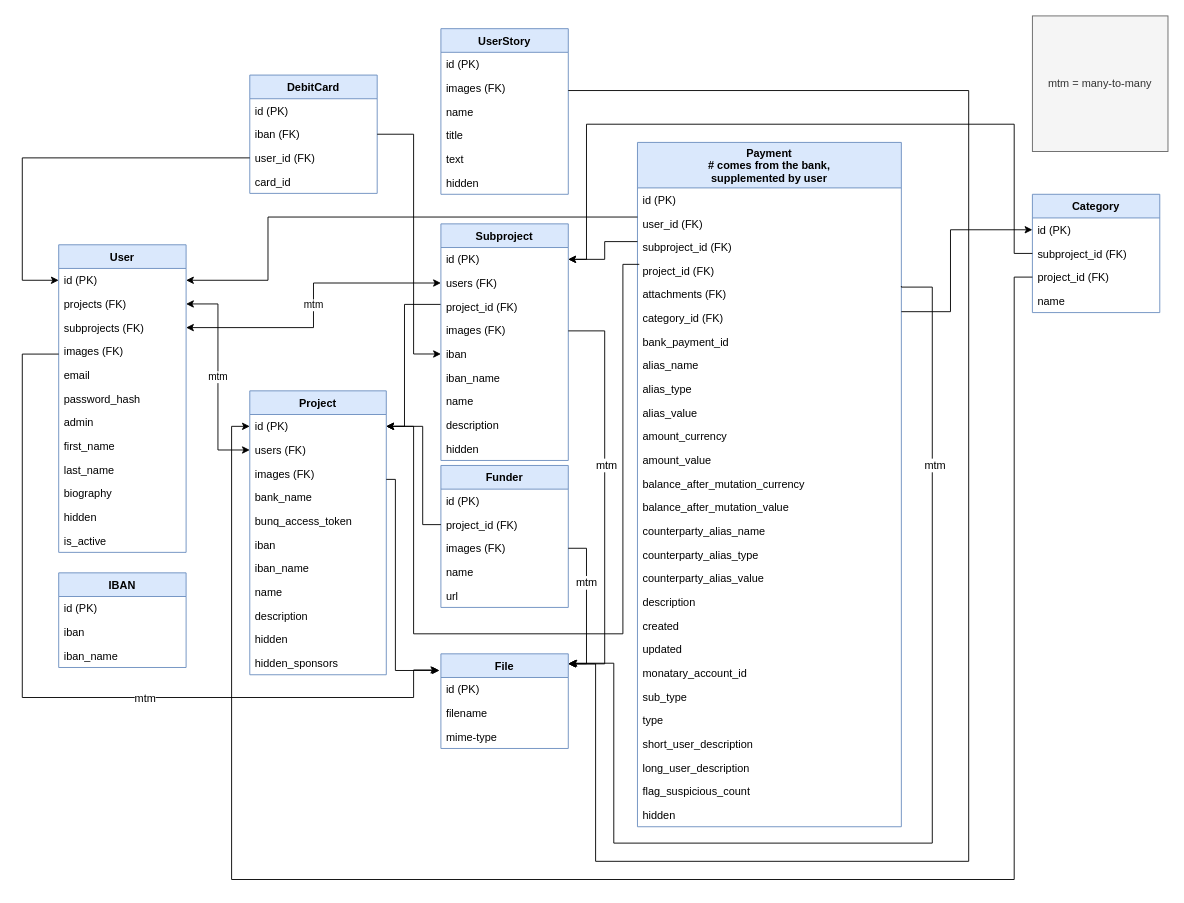
openstate/open-poen keeps this draw.io diagram as open_poen_database_schema.drawio. Above is the earlier version. Source tidied: cells renumbered, new cells numbered last; positions are measured from the earlier drawing's top-left corner, leaving out a move shared by most shapes. Both pictures are drawn from the tidied source at 91%, with x=0, y=0 at pixel (22, 15).
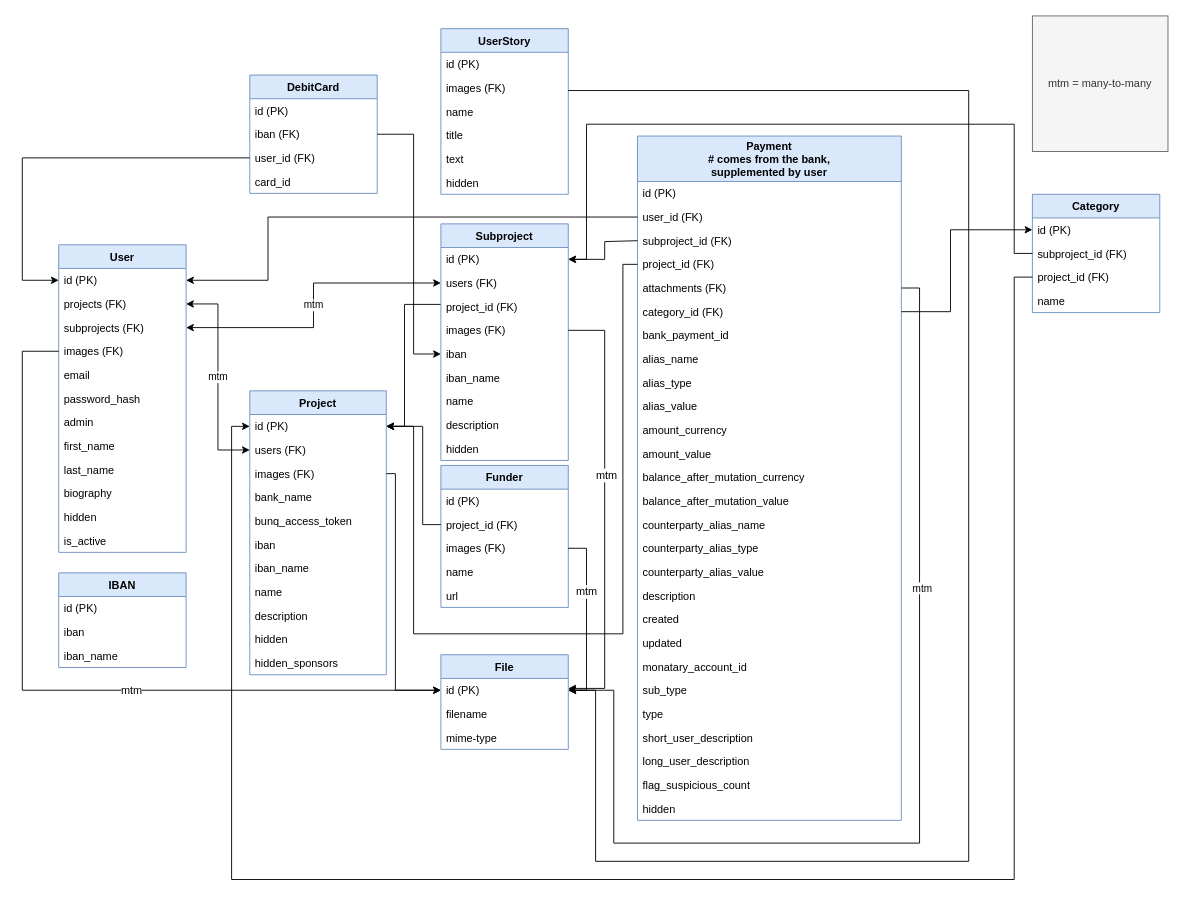
Above is the later version.

Commit message:
Improve formatting of db schema even more

The change refers to these unchanged cells:
```xml
<mxCell id="4" value="user_id (FK)" style="text;strokeColor=none;fillColor=none;align=left;verticalAlign=top;spacingLeft=4;spacingRight=4;overflow=hidden;points=[[0,0.5],[1,0.5]];portConstraint=eastwest;" parent="2" vertex="1">
  <mxGeometry y="76" width="290" height="26" as="geometry" />
</mxCell>
<mxCell id="5" value="subproject_id (FK)&#10;" style="text;strokeColor=none;fillColor=none;align=left;verticalAlign=top;spacingLeft=4;spacingRight=4;overflow=hidden;points=[[0,0.5],[1,0.5]];portConstraint=eastwest;" parent="2" vertex="1">
  <mxGeometry y="102" width="290" height="26" as="geometry" />
</mxCell>
<mxCell id="6" value="project_id (FK)&#10;" style="text;strokeColor=none;fillColor=none;align=left;verticalAlign=top;spacingLeft=4;spacingRight=4;overflow=hidden;points=[[0,0.5],[1,0.5]];portConstraint=eastwest;" parent="2" vertex="1">
  <mxGeometry y="128" width="290" height="26" as="geometry" />
</mxCell>
<mxCell id="7" value="attachments (FK)" style="text;strokeColor=none;fillColor=none;align=left;verticalAlign=top;spacingLeft=4;spacingRight=4;overflow=hidden;points=[[0,0.5],[1,0.5]];portConstraint=eastwest;" parent="2" vertex="1">
  <mxGeometry y="154" width="290" height="26" as="geometry" />
</mxCell>
<mxCell id="31" value="id (PK)&#10;" style="text;strokeColor=none;fillColor=none;align=left;verticalAlign=top;spacingLeft=4;spacingRight=4;overflow=hidden;points=[[0,0.5],[1,0.5]];portConstraint=eastwest;" parent="30" vertex="1">
  <mxGeometry y="26" width="140" height="26" as="geometry" />
</mxCell>
<mxCell id="34" value="images (FK)" style="text;strokeColor=none;fillColor=none;align=left;verticalAlign=top;spacingLeft=4;spacingRight=4;overflow=hidden;points=[[0,0.5],[1,0.5]];portConstraint=eastwest;" parent="30" vertex="1">
  <mxGeometry y="104" width="140" height="26" as="geometry" />
</mxCell>
<mxCell id="45" value="id (PK)" style="text;strokeColor=none;fillColor=none;align=left;verticalAlign=top;spacingLeft=4;spacingRight=4;overflow=hidden;points=[[0,0.5],[1,0.5]];portConstraint=eastwest;" parent="44" vertex="1">
  <mxGeometry y="26" width="150" height="26" as="geometry" />
</mxCell>
<mxCell id="47" value="images (FK)" style="text;strokeColor=none;fillColor=none;align=left;verticalAlign=top;spacingLeft=4;spacingRight=4;overflow=hidden;points=[[0,0.5],[1,0.5]];portConstraint=eastwest;" parent="44" vertex="1">
  <mxGeometry y="78" width="150" height="26" as="geometry" />
</mxCell>
<mxCell id="58" value="id (PK)" style="text;strokeColor=none;fillColor=none;align=left;verticalAlign=top;spacingLeft=4;spacingRight=4;overflow=hidden;points=[[0,0.5],[1,0.5]];portConstraint=eastwest;" parent="57" vertex="1">
  <mxGeometry y="26" width="140" height="26" as="geometry" />
</mxCell>
<mxCell id="61" value="images (FK)" style="text;strokeColor=none;fillColor=none;align=left;verticalAlign=top;spacingLeft=4;spacingRight=4;overflow=hidden;points=[[0,0.5],[1,0.5]];portConstraint=eastwest;" parent="57" vertex="1">
  <mxGeometry y="104" width="140" height="26" as="geometry" />
</mxCell>
<mxCell id="70" value="images (FK)" style="text;strokeColor=none;fillColor=none;align=left;verticalAlign=top;spacingLeft=4;spacingRight=4;overflow=hidden;points=[[0,0.5],[1,0.5]];portConstraint=eastwest;" parent="68" vertex="1">
  <mxGeometry y="52" width="140" height="26" as="geometry" />
</mxCell>
<mxCell id="86" value="images (FK)" style="text;strokeColor=none;fillColor=none;align=left;verticalAlign=top;spacingLeft=4;spacingRight=4;overflow=hidden;points=[[0,0.5],[1,0.5]];portConstraint=eastwest;" parent="83" vertex="1">
  <mxGeometry y="78" width="140" height="26" as="geometry" />
</mxCell>
<mxCell id="96" value="id (PK)" style="text;strokeColor=none;fillColor=none;align=left;verticalAlign=top;spacingLeft=4;spacingRight=4;overflow=hidden;points=[[0,0.5],[1,0.5]];portConstraint=eastwest;" parent="95" vertex="1">
  <mxGeometry y="26" width="140" height="26" as="geometry" />
</mxCell>
```

What changed in the source:
```diff
@@
     <mxCell id="2" value="Payment&#10;# comes from the bank,&#10;supplemented by user" style="swimlane;fontStyle=1;horizontal=1;startSize=50;fillColor=#dae8fc;strokeColor=#6c8ebf;" parent="1" vertex="1">
-      <mxGeometry x="676" y="139" width="290" height="752" as="geometry" />
+      <mxGeometry x="676" y="132" width="290" height="752" as="geometry" />
     </mxCell>
@@
-    <mxCell id="67" style="edgeStyle=orthogonalEdgeStyle;rounded=0;jettySize=auto;html=1;entryX=1;entryY=0.5;entryDx=0;entryDy=0;" parent="1" edge="1" source="5" target="58">
+    <mxCell id="67" style="edgeStyle=orthogonalEdgeStyle;rounded=0;jettySize=auto;html=1;entryX=1;entryY=0.5;entryDx=0;entryDy=0;exitX=0;exitY=0.5;exitDx=0;exitDy=0;" parent="1" edge="1" source="5" target="58">
       <mxGeometry relative="1" as="geometry">
         <Array as="points">
+          <mxPoint x="676" y="248" />
           <mxPoint x="640" y="248" />
           <mxPoint x="640" y="268" />
         </Array>
       </mxGeometry>
     </mxCell>
@@
-    <mxCell id="82" style="edgeStyle=orthogonalEdgeStyle;rounded=0;jettySize=auto;html=1;entryX=1;entryY=0.5;entryDx=0;entryDy=0;" parent="1" edge="1" source="4" target="31">
+    <mxCell id="82" style="edgeStyle=orthogonalEdgeStyle;rounded=0;jettySize=auto;html=1;entryX=1;entryY=0.5;entryDx=0;entryDy=0;exitX=0;exitY=0.5;exitDx=0;exitDy=0;" parent="1" edge="1" source="4" target="31">
       <mxGeometry relative="1" as="geometry">
         <Array as="points">
           <mxPoint x="270" y="221" />
-          <mxPoint x="270" y="290" />
+          <mxPoint x="270" y="291" />
         </Array>
       </mxGeometry>
     </mxCell>
@@
-    <mxCell id="89" style="edgeStyle=orthogonalEdgeStyle;rounded=0;jettySize=auto;html=1;entryX=1;entryY=0.5;entryDx=0;entryDy=0;" parent="1" edge="1" target="45">
+    <mxCell id="89" style="edgeStyle=orthogonalEdgeStyle;rounded=0;jettySize=auto;html=1;entryX=1;entryY=0.5;entryDx=0;entryDy=0;exitX=0;exitY=0.5;exitDx=0;exitDy=0;" parent="1" edge="1" source="6" target="45">
       <mxGeometry relative="1" as="geometry">
-        <mxPoint x="678" y="273" as="sourcePoint" />
         <Array as="points">
           <mxPoint x="660" y="273" />
           <mxPoint x="660" y="679" />
           <mxPoint x="430" y="679" />
           <mxPoint x="430" y="451" />
         </Array>
       </mxGeometry>
     </mxCell>
@@
     <mxCell id="95" value="File" style="swimlane;fontStyle=1;horizontal=1;startSize=26;fillColor=#dae8fc;strokeColor=#6c8ebf;" parent="1" vertex="1">
-      <mxGeometry x="460" y="701" width="140" height="104" as="geometry" />
+      <mxGeometry x="460" y="702" width="140" height="104" as="geometry" />
     </mxCell>
@@
-    <mxCell id="99" style="edgeStyle=orthogonalEdgeStyle;rounded=0;orthogonalLoop=1;jettySize=auto;html=1;entryX=-0.02;entryY=0.132;entryDx=0;entryDy=0;entryPerimeter=0;" parent="1" edge="1">
+    <mxCell id="99" style="edgeStyle=orthogonalEdgeStyle;rounded=0;jettySize=auto;html=1;entryX=0;entryY=0.5;entryDx=0;entryDy=0;exitX=0;exitY=0.5;exitDx=0;exitDy=0;" parent="1" edge="1" source="34" target="96">
       <mxGeometry relative="1" as="geometry">
-        <mxPoint x="40" y="371.6" as="sourcePoint" />
-        <mxPoint x="457.1" y="718.7" as="targetPoint" />
         <Array as="points">
-          <mxPoint y="372" />
-          <mxPoint y="749" />
-          <mxPoint x="430" y="749" />
-          <mxPoint x="430" y="719" />
+          <mxPoint y="369" />
+          <mxPoint y="741" />
         </Array>
       </mxGeometry>
     </mxCell>
@@
-    <mxCell id="101" style="edgeStyle=orthogonalEdgeStyle;rounded=0;orthogonalLoop=1;jettySize=auto;html=1;exitX=1;exitY=0.5;exitDx=0;exitDy=0;" parent="1" edge="1">
+    <mxCell id="101" style="edgeStyle=orthogonalEdgeStyle;rounded=0;jettySize=auto;html=1;exitX=1;exitY=0.5;exitDx=0;exitDy=0;" parent="1" edge="1" source="61" target="96">
       <mxGeometry relative="1" as="geometry">
-        <mxPoint x="600" y="346.1" as="sourcePoint" />
-        <mxPoint x="600" y="712" as="targetPoint" />
         <Array as="points">
           <mxPoint x="640" y="346" />
-          <mxPoint x="640" y="712" />
+          <mxPoint x="640" y="739" />
         </Array>
       </mxGeometry>
     </mxCell>
@@
-    <mxCell id="103" style="edgeStyle=orthogonalEdgeStyle;rounded=0;orthogonalLoop=1;jettySize=auto;html=1;entryX=1.01;entryY=0.118;entryDx=0;entryDy=0;entryPerimeter=0;" parent="1" edge="1">
-      <mxGeometry relative="1" as="geometry">
-        <mxPoint x="966" y="297" as="sourcePoint" />
-        <mxPoint x="601.4" y="711.3" as="targetPoint" />
-        <Array as="points">
-          <mxPoint x="1000" y="298" />
-          <mxPoint x="1000" y="909" />
-          <mxPoint x="650" y="909" />
-          <mxPoint x="650" y="711" />
-        </Array>
-      </mxGeometry>
-    </mxCell>
-    <mxCell id="104" value="mtm" style="text;html=1;align=center;verticalAlign=middle;labelBackgroundColor=#ffffff;" parent="103" vertex="1">
-      <mxGeometry x="-0.63" y="2" relative="1" as="geometry" />
-    </mxCell>
@@
-    <mxCell id="107" style="edgeStyle=orthogonalEdgeStyle;rounded=0;orthogonalLoop=1;jettySize=auto;html=1;entryX=-0.01;entryY=0.118;entryDx=0;entryDy=0;entryPerimeter=0;startArrow=none;startFill=0;" parent="1" edge="1">
+    <mxCell id="107" style="edgeStyle=orthogonalEdgeStyle;rounded=0;jettySize=auto;html=1;entryX=0;entryY=0.5;entryDx=0;entryDy=0;startArrow=none;startFill=0;exitX=1;exitY=0.5;exitDx=0;exitDy=0;" parent="1" edge="1" source="47" target="96">
       <mxGeometry relative="1" as="geometry">
-        <mxPoint x="400" y="509.3" as="sourcePoint" />
-        <mxPoint x="458.6" y="719.3" as="targetPoint" />
         <Array as="points">
-          <mxPoint x="410" y="509" />
-          <mxPoint x="410" y="719" />
+          <mxPoint x="410" y="503" />
+          <mxPoint x="410" y="741" />
         </Array>
       </mxGeometry>
     </mxCell>
-    <mxCell id="108" style="edgeStyle=orthogonalEdgeStyle;rounded=0;jettySize=auto;html=1;entryX=1;entryY=0.104;entryDx=0;entryDy=0;entryPerimeter=0;startArrow=none;startFill=0;" parent="1" edge="1" source="86" target="95">
+    <mxCell id="108" style="edgeStyle=orthogonalEdgeStyle;rounded=0;jettySize=auto;html=1;entryX=1;entryY=0.5;entryDx=0;entryDy=0;startArrow=none;startFill=0;exitX=1;exitY=0.5;exitDx=0;exitDy=0;" parent="1" edge="1" source="86" target="96">
       <mxGeometry relative="1" as="geometry">
         <Array as="points">
           <mxPoint x="620" y="585" />
-          <mxPoint x="620" y="712" />
+          <mxPoint x="620" y="741" />
         </Array>
       </mxGeometry>
     </mxCell>
@@
-    <mxCell id="110" style="edgeStyle=orthogonalEdgeStyle;rounded=0;orthogonalLoop=1;jettySize=auto;html=1;startArrow=none;startFill=0;" parent="1" edge="1">
+    <mxCell id="110" style="edgeStyle=orthogonalEdgeStyle;rounded=0;jettySize=auto;html=1;startArrow=none;startFill=0;entryX=1;entryY=0.5;entryDx=0;entryDy=0;" parent="1" edge="1" source="70" target="96">
       <mxGeometry relative="1" as="geometry">
-        <mxPoint x="600" y="82" as="sourcePoint" />
-        <mxPoint x="600" y="712" as="targetPoint" />
         <Array as="points">
           <mxPoint x="1040" y="82" />
           <mxPoint x="1040" y="929" />
           <mxPoint x="630" y="929" />
-          <mxPoint x="630" y="712" />
+          <mxPoint x="630" y="741" />
         </Array>
       </mxGeometry>
     </mxCell>
@@
+    <mxCell id="119" style="edgeStyle=orthogonalEdgeStyle;rounded=0;jettySize=auto;html=1;exitX=1;exitY=0.5;exitDx=0;exitDy=0;entryX=1;entryY=0.5;entryDx=0;entryDy=0;" parent="1" edge="1" source="7" target="96">
+      <mxGeometry relative="1" as="geometry">
+        <Array as="points">
+          <mxPoint x="986" y="299" />
+          <mxPoint x="986" y="909" />
+          <mxPoint x="650" y="909" />
+          <mxPoint x="650" y="741" />
+        </Array>
+      </mxGeometry>
+    </mxCell>
+    <mxCell id="104" value="&lt;div&gt;mtm&lt;/div&gt;" style="edgeLabel;html=1;align=center;verticalAlign=middle;" parent="119" vertex="1">
+      <mxGeometry x="-0.41" y="2" relative="1" as="geometry" />
+    </mxCell>
```
